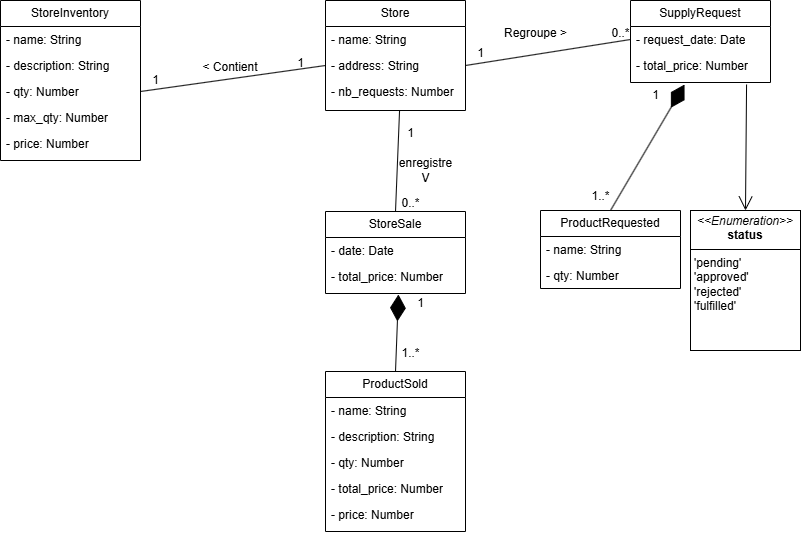
Above: docs/UML/diag_vue_logique.drawio.png in PraMaks/LOG430_Labo_0 (draw.io), before the change. Source tidied: cells renumbered, new cells last; positions are measured from the earlier drawing's top-left corner, leaving out a move shared by most shapes.
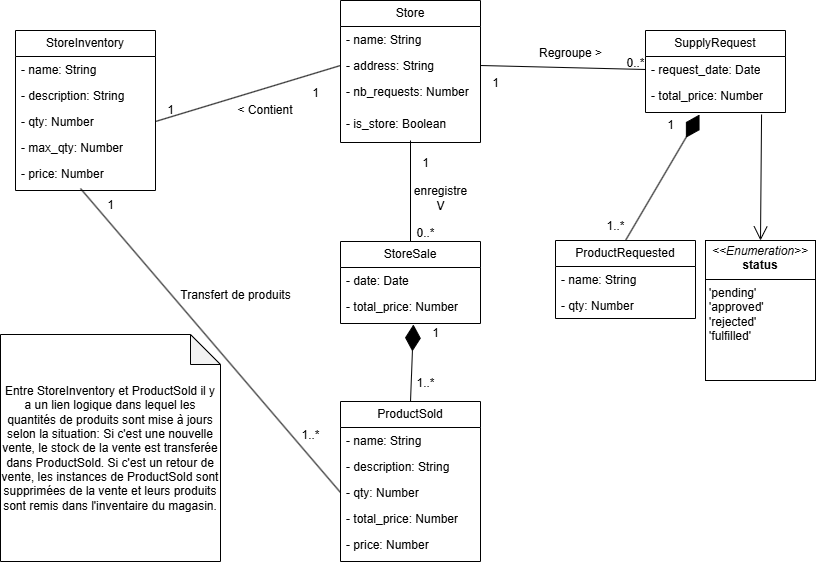
The same file after the commit.

Commit message:
Mise a jour de la docum pour labo 2

Diff of the diagram source:
```diff
@@ -3,7 +3,7 @@
     <mxCell id="0" />
     <mxCell id="1" parent="0" />
     <mxCell id="2" value="Store" style="swimlane;fontStyle=0;horizontal=1;startSize=26;fillColor=none;whiteSpace=wrap;html=1;" parent="1" vertex="1">
-      <mxGeometry x="325" width="140" height="110" as="geometry" />
+      <mxGeometry x="325" y="-30" width="140" height="142" as="geometry" />
     </mxCell>
     <mxCell id="3" value="- name: String" style="text;strokeColor=none;fillColor=none;align=left;verticalAlign=top;spacingLeft=4;spacingRight=4;overflow=hidden;whiteSpace=wrap;html=1;" parent="2" vertex="1">
       <mxGeometry y="26" width="140" height="26" as="geometry" />
@@ -14,6 +14,9 @@
     <mxCell id="5" value="- nb_requests: Number" style="text;strokeColor=none;fillColor=none;align=left;verticalAlign=top;spacingLeft=4;spacingRight=4;overflow=hidden;points=[[0,0.5],[1,0.5]];portConstraint=eastwest;whiteSpace=wrap;html=1;" parent="2" vertex="1">
       <mxGeometry y="78" width="140" height="32" as="geometry" />
     </mxCell>
+    <mxCell id="47" value="- is_store: Boolean" style="text;strokeColor=none;fillColor=none;align=left;verticalAlign=top;spacingLeft=4;spacingRight=4;overflow=hidden;points=[[0,0.5],[1,0.5]];portConstraint=eastwest;whiteSpace=wrap;html=1;" parent="2" vertex="1">
+      <mxGeometry y="110" width="140" height="32" as="geometry" />
+    </mxCell>
     <mxCell id="6" value="StoreInventory" style="swimlane;fontStyle=0;horizontal=1;startSize=26;fillColor=none;whiteSpace=wrap;html=1;" parent="1" vertex="1">
       <mxGeometry width="140" height="160" as="geometry" />
     </mxCell>
@@ -104,7 +107,7 @@
     <mxCell id="35" style="endArrow=none;html=1;rounded=0;entryX=0;entryY=0.5;entryDx=0;entryDy=0;exitX=1;exitY=0.5;exitDx=0;exitDy=0;" parent="1" edge="1" source="9" target="4">
       <mxGeometry relative="1" as="geometry" />
     </mxCell>
-    <mxCell id="36" style="endArrow=none;html=1;rounded=0;entryX=0.529;entryY=1;entryDx=0;entryDy=0;entryPerimeter=0;exitX=0.5;exitY=0;exitDx=0;exitDy=0;" parent="1" edge="1" source="18" target="5">
+    <mxCell id="36" style="endArrow=none;html=1;rounded=0;entryX=0.5;entryY=0.938;entryDx=0;entryDy=0;entryPerimeter=0;exitX=0.5;exitY=0;exitDx=0;exitDy=0;" parent="1" edge="1" source="18" target="47">
       <mxGeometry relative="1" as="geometry" />
     </mxCell>
     <mxCell id="37" style="endArrow=none;html=1;rounded=0;entryX=1;entryY=0.5;entryDx=0;entryDy=0;exitX=0;exitY=0.5;exitDx=0;exitDy=0;" parent="1" edge="1" source="22" target="4">
@@ -129,13 +132,28 @@
       <mxGeometry x="600" y="18" width="40" height="30" as="geometry" />
     </mxCell>
     <mxCell id="44" value="&amp;lt; Contient" style="text;html=1;align=center;verticalAlign=middle;whiteSpace=wrap;rounded=0;" parent="1" vertex="1">
-      <mxGeometry x="200" y="52" width="60" height="30" as="geometry" />
+      <mxGeometry x="220" y="65" width="60" height="30" as="geometry" />
     </mxCell>
     <mxCell id="45" value="enregistre&lt;br&gt;V" style="text;html=1;align=center;verticalAlign=middle;strokeColor=none;fillColor=none;" parent="1" vertex="1">
-      <mxGeometry x="385" y="150" width="80" height="40" as="geometry" />
+      <mxGeometry x="385" y="148" width="80" height="40" as="geometry" />
     </mxCell>
     <mxCell id="46" value="Regroupe &amp;gt;" style="text;html=1;align=center;verticalAlign=middle;strokeColor=none;fillColor=none;" parent="1" vertex="1">
-      <mxGeometry x="490" y="18" width="90" height="30" as="geometry" />
+      <mxGeometry x="510" y="8" width="90" height="30" as="geometry" />
     </mxCell>
+    <mxCell id="48" style="endArrow=none;html=1;rounded=0;entryX=0.464;entryY=0.933;entryDx=0;entryDy=0;entryPerimeter=0;exitX=0;exitY=0.5;exitDx=0;exitDy=0;" parent="1" edge="1" source="15" target="11">
+      <mxGeometry relative="1" as="geometry" />
+    </mxCell>
+    <mxCell id="49" value="1" style="text;html=1;align=center;verticalAlign=middle;strokeColor=none;fillColor=none;" parent="1" vertex="1">
+      <mxGeometry x="80" y="160" width="30" height="30" as="geometry" />
+    </mxCell>
+    <mxCell id="50" value="1..*" style="text;html=1;align=center;verticalAlign=middle;strokeColor=none;fillColor=none;" parent="1" vertex="1">
+      <mxGeometry x="275" y="390" width="40" height="30" as="geometry" />
+    </mxCell>
+    <mxCell id="51" value="Transfert de produits" style="text;html=1;align=center;verticalAlign=middle;strokeColor=none;fillColor=none;" parent="1" vertex="1">
+      <mxGeometry x="155" y="250" width="130" height="30" as="geometry" />
+    </mxCell>
+    <mxCell id="52" value="Entre StoreInventory et ProductSold il y a un lien logique dans lequel les quantités de produits sont mise à jours selon la situation: Si c'est une nouvelle vente, le stock de la vente est transferée dans ProductSold. Si c'est un retour de vente, les instances de ProductSold sont supprimées de la vente et leurs produits sont remis dans l'inventaire du magasin." style="shape=note;whiteSpace=wrap;html=1;backgroundOutline=1;darkOpacity=0.05;" parent="1" vertex="1">
+      <mxGeometry x="-15" y="304" width="220" height="227" as="geometry" />
+    </mxCell>
   </root>
 </mxGraphModel>
```
